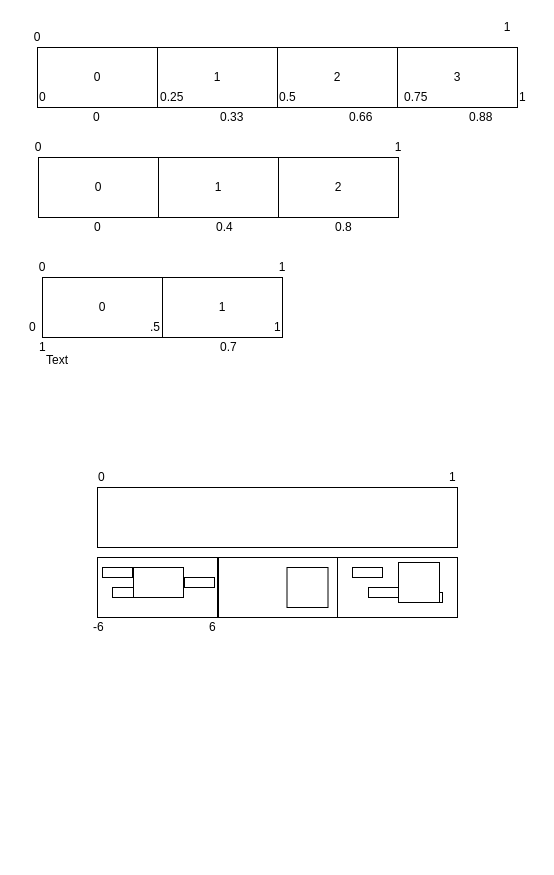
Before: test.drawio in reasat-rafio/sg-biennale, a draw.io diagram. Source tidied: cells renumbered, new cells numbered last; positions are measured from the earlier drawing's top-left corner, leaving out a move shared by most shapes. Both pictures are drawn from the tidied source at 100%, with x=0, y=0 at pixel (17, 17).
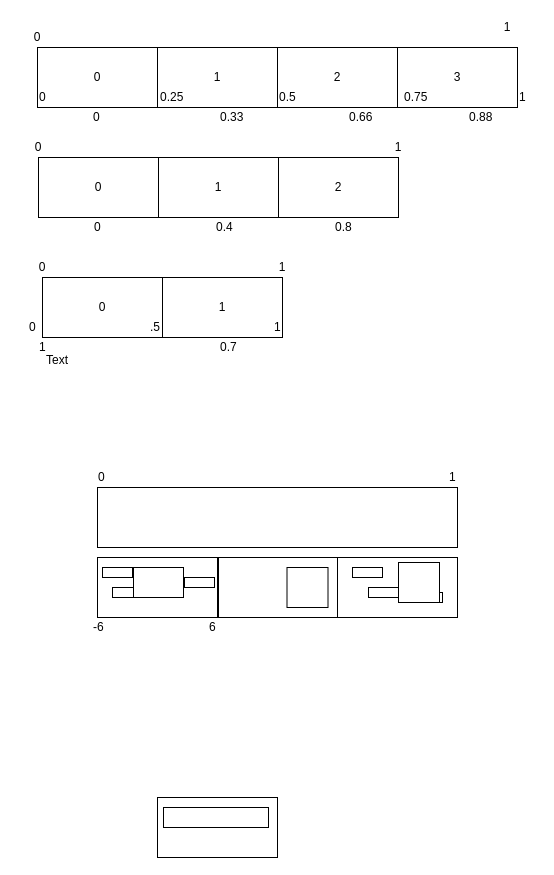
After the change.

Commit message (it also covers changes not shown here):
:adhesive_bandage: press release masonry layout showing as one column issue fix

Change to the diagram source:
```diff
@@
+    <mxCell id="54" style="rounded=0;whiteSpace=wrap;html=1;" parent="1" vertex="1">
+      <mxGeometry x="140" y="780" width="120" height="60" as="geometry" />
+    </mxCell>
+    <mxCell id="55" style="rounded=0;whiteSpace=wrap;html=1;" parent="1" vertex="1">
+      <mxGeometry x="146" y="790" width="105" height="20" as="geometry" />
+    </mxCell>
```
